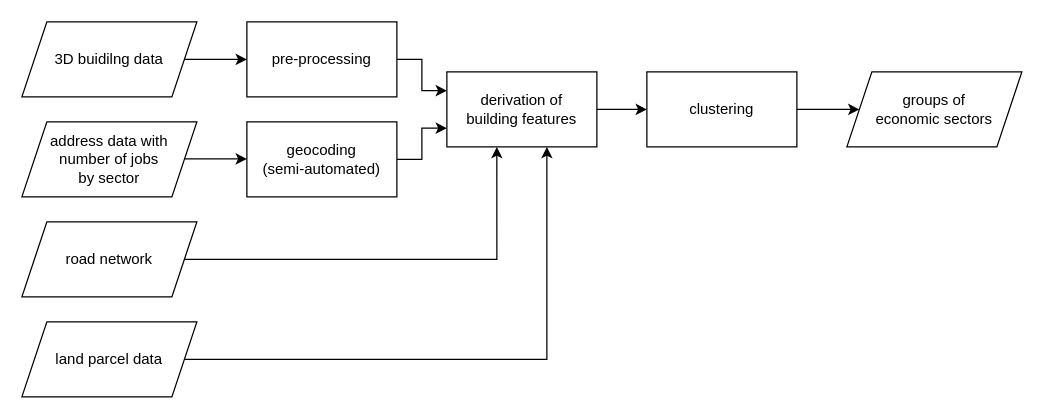
traveller195/draw_io keeps this draw.io diagram as agile_001_flowchart.drawio. Above is the earlier version. Source tidied: cells renumbered, new cells numbered last; positions are measured from the earlier drawing's top-left corner, leaving out a move shared by most shapes. Both pictures are drawn from the tidied source at 125%, with x=0, y=0 at pixel (21, 21).
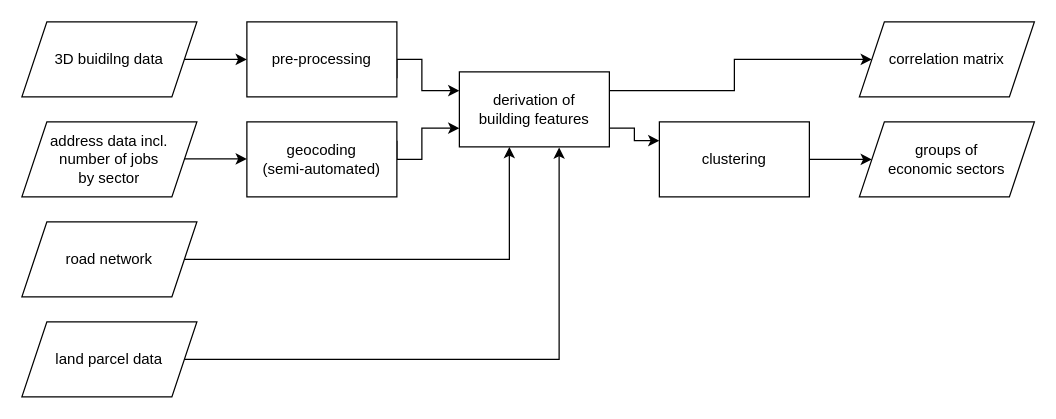
After the change.

The change refers to these unchanged cells:
```xml
<mxCell id="4" value="pre-processing" style="rounded=0;whiteSpace=wrap;html=1;" parent="1" vertex="1">
  <mxGeometry x="180" width="120" height="60" as="geometry" />
</mxCell>
<mxCell id="9" value="&lt;div&gt;geocoding&lt;/div&gt;&lt;div&gt;(semi-automated)&lt;br&gt;&lt;/div&gt;" style="rounded=0;whiteSpace=wrap;html=1;" parent="1" vertex="1">
  <mxGeometry x="180" y="80" width="120" height="60" as="geometry" />
</mxCell>
<mxCell id="18" value="land parcel data" style="shape=parallelogram;perimeter=parallelogramPerimeter;whiteSpace=wrap;html=1;fixedSize=1;" parent="1" vertex="1">
  <mxGeometry y="240" width="140" height="60" as="geometry" />
</mxCell>
```

Change to the diagram source:
```diff
@@
-    <mxCell id="3" style="edgeStyle=orthogonalEdgeStyle;rounded=0;jettySize=auto;html=1;exitX=1;exitY=0.5;exitDx=0;exitDy=0;entryX=0;entryY=0.25;entryDx=0;entryDy=0;" parent="1" edge="1" source="4" target="11">
-      <mxGeometry relative="1" as="geometry" />
+    <mxCell id="3" style="edgeStyle=orthogonalEdgeStyle;rounded=0;jettySize=auto;html=1;exitX=1;exitY=0.75;exitDx=0;exitDy=0;entryX=0;entryY=0.25;entryDx=0;entryDy=0;" parent="1" edge="1" source="4" target="11">
+      <mxGeometry relative="1" as="geometry">
+        <Array as="points">
+          <mxPoint x="300" y="30" />
+          <mxPoint x="320" y="30" />
+          <mxPoint x="320" y="55" />
+        </Array>
+      </mxGeometry>
     </mxCell>
@@
-    <mxCell id="5" value="&lt;div&gt;address data with &lt;br&gt;&lt;/div&gt;&lt;div&gt;number of jobs &lt;br&gt;&lt;/div&gt;&lt;div&gt;by sector&lt;br&gt;&lt;/div&gt;" style="shape=parallelogram;perimeter=parallelogramPerimeter;whiteSpace=wrap;html=1;fixedSize=1;" parent="1" vertex="1">
+    <mxCell id="5" value="&lt;div&gt;address data incl.&lt;br&gt;&lt;/div&gt;&lt;div&gt;number of jobs &lt;br&gt;&lt;/div&gt;&lt;div&gt;by sector&lt;br&gt;&lt;/div&gt;" style="shape=parallelogram;perimeter=parallelogramPerimeter;whiteSpace=wrap;html=1;fixedSize=1;" parent="1" vertex="1">
       <mxGeometry y="80" width="140" height="60" as="geometry" />
     </mxCell>
@@
-    <mxCell id="8" style="edgeStyle=orthogonalEdgeStyle;rounded=0;jettySize=auto;html=1;exitX=1;exitY=0.5;exitDx=0;exitDy=0;entryX=0;entryY=0.75;entryDx=0;entryDy=0;" parent="1" edge="1" source="9" target="11">
-      <mxGeometry relative="1" as="geometry" />
+    <mxCell id="8" style="edgeStyle=orthogonalEdgeStyle;rounded=0;jettySize=auto;html=1;exitX=1;exitY=0.25;exitDx=0;exitDy=0;entryX=0;entryY=0.75;entryDx=0;entryDy=0;" parent="1" edge="1" source="9" target="11">
+      <mxGeometry relative="1" as="geometry">
+        <Array as="points">
+          <mxPoint x="300" y="110" />
+          <mxPoint x="320" y="110" />
+          <mxPoint x="320" y="85" />
+        </Array>
+      </mxGeometry>
     </mxCell>
@@
-    <mxCell id="10" style="edgeStyle=orthogonalEdgeStyle;rounded=0;jettySize=auto;html=1;exitX=1;exitY=0.5;exitDx=0;exitDy=0;entryX=0;entryY=0.5;entryDx=0;entryDy=0;" parent="1" edge="1" source="11" target="13">
+    <mxCell id="10" style="edgeStyle=orthogonalEdgeStyle;rounded=0;jettySize=auto;html=1;exitX=1;exitY=0.75;exitDx=0;exitDy=0;entryX=0;entryY=0.25;entryDx=0;entryDy=0;" parent="1" edge="1" source="11" target="13">
       <mxGeometry relative="1" as="geometry" />
     </mxCell>
+    <mxCell id="19" style="edgeStyle=orthogonalEdgeStyle;rounded=0;jettySize=auto;html=1;exitX=1;exitY=0.25;exitDx=0;exitDy=0;" parent="1" edge="1" source="11" target="21">
+      <mxGeometry relative="1" as="geometry" />
+    </mxCell>
     <mxCell id="11" value="&lt;div&gt;derivation of&lt;/div&gt;&lt;div&gt;building features&lt;br&gt;&lt;/div&gt;" style="rounded=0;whiteSpace=wrap;html=1;" parent="1" vertex="1">
-      <mxGeometry x="340" y="40" width="120" height="60" as="geometry" />
+      <mxGeometry x="350" y="40" width="120" height="60" as="geometry" />
     </mxCell>
@@
     <mxCell id="13" value="&lt;div&gt;clustering&lt;br&gt;&lt;/div&gt;" style="rounded=0;whiteSpace=wrap;html=1;" parent="1" vertex="1">
-      <mxGeometry x="500" y="40" width="120" height="60" as="geometry" />
+      <mxGeometry x="510" y="80" width="120" height="60" as="geometry" />
     </mxCell>
     <mxCell id="14" value="&lt;div&gt;groups of&lt;/div&gt;&lt;div&gt;economic sectors&lt;br&gt;&lt;/div&gt;" style="shape=parallelogram;perimeter=parallelogramPerimeter;whiteSpace=wrap;html=1;fixedSize=1;" parent="1" vertex="1">
-      <mxGeometry x="660" y="40" width="140" height="60" as="geometry" />
+      <mxGeometry x="670" y="80" width="140" height="60" as="geometry" />
     </mxCell>
@@
-    <mxCell id="17" style="edgeStyle=orthogonalEdgeStyle;rounded=0;jettySize=auto;html=1;exitX=1;exitY=0.5;exitDx=0;exitDy=0;" parent="1" edge="1" source="18">
-      <mxGeometry relative="1" as="geometry">
-        <mxPoint x="420" y="100" as="targetPoint" />
-        <Array as="points">
-          <mxPoint x="420" y="270" />
-          <mxPoint x="420" y="100" />
-        </Array>
-      </mxGeometry>
-    </mxCell>
+    <mxCell id="20" style="edgeStyle=orthogonalEdgeStyle;rounded=0;jettySize=auto;html=1;exitX=1;exitY=0.5;exitDx=0;exitDy=0;entryX=0.665;entryY=1.008;entryDx=0;entryDy=0;entryPerimeter=0;" parent="1" edge="1" source="18" target="11">
+      <mxGeometry relative="1" as="geometry" />
+    </mxCell>
@@
+    <mxCell id="21" value="&lt;div&gt;correlation matrix&lt;br&gt;&lt;/div&gt;" style="shape=parallelogram;perimeter=parallelogramPerimeter;whiteSpace=wrap;html=1;fixedSize=1;" parent="1" vertex="1">
+      <mxGeometry x="670" width="140" height="60" as="geometry" />
+    </mxCell>
```
